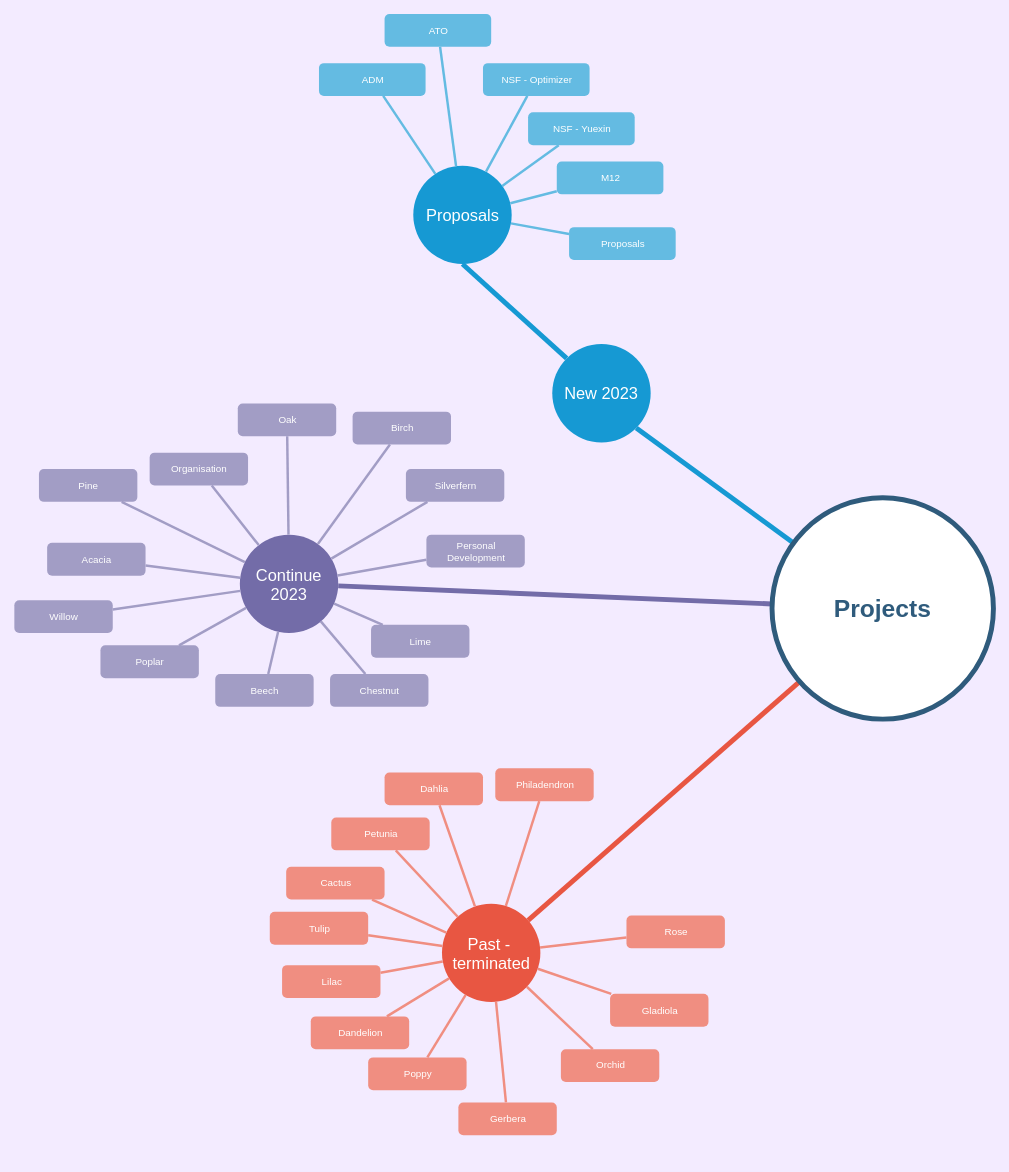
Above: SCTL_Plans_2023.drawio in dmalawey/SCTL_Plans (draw.io), before the change. Source tidied: cells renumbered, new cells numbered last; positions are measured from the earlier drawing's top-left corner, leaving out a move shared by most shapes. Both pictures are drawn from the tidied source at 82%, with x=0, y=0 at pixel (14, 13).
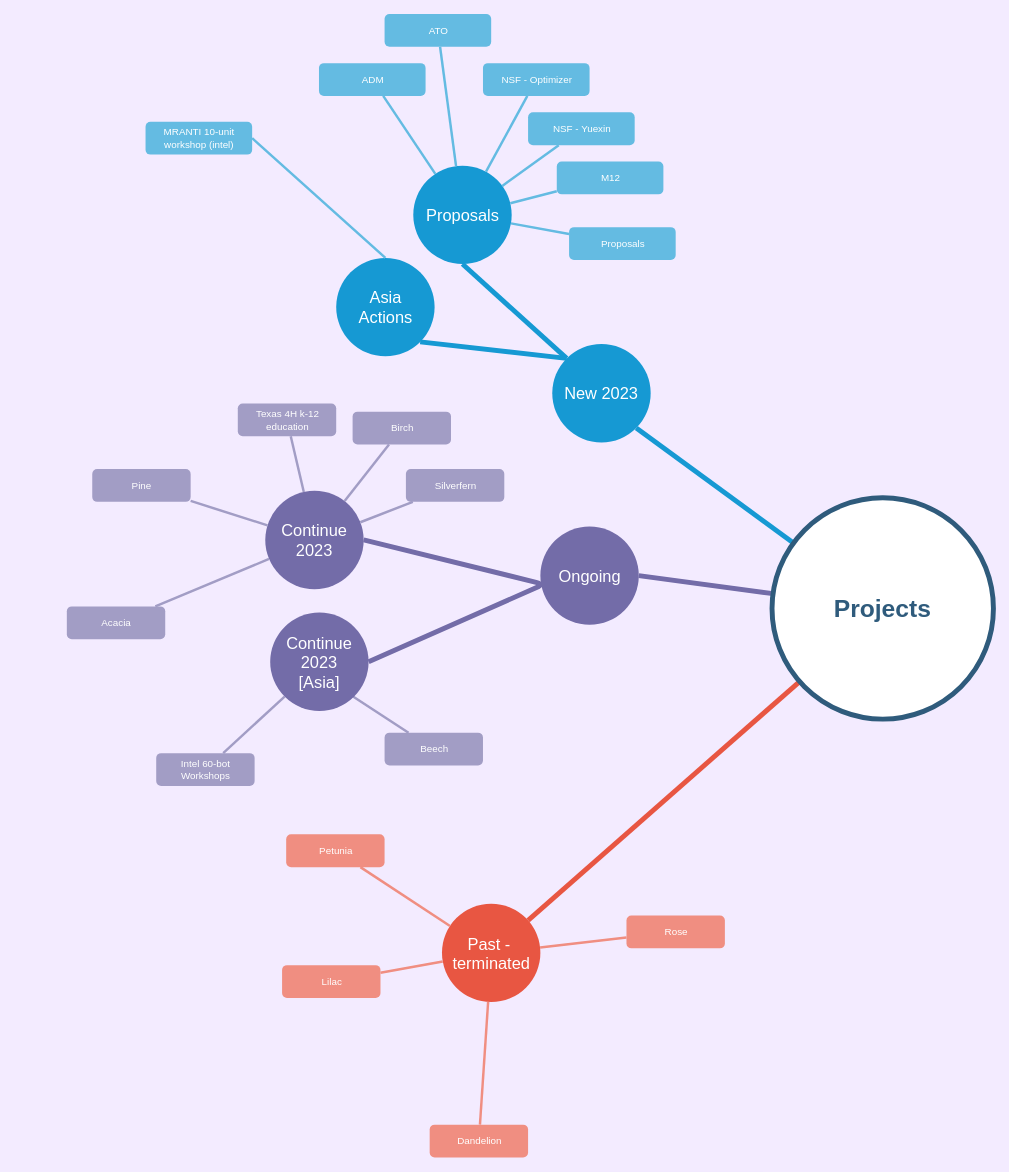
The same page after the edit.

The change refers to these unchanged cells:
```xml
<mxCell id="3" value="Past -&amp;nbsp;&lt;br&gt;terminated" style="ellipse;whiteSpace=wrap;html=1;shadow=0;fontFamily=Helvetica;fontSize=20;fontColor=#FFFFFF;align=center;strokeWidth=3;fillColor=#E85642;strokeColor=none;" parent="1" vertex="1">
  <mxGeometry x="521.5" y="1085.5" width="120" height="120" as="geometry" />
</mxCell>
<mxCell id="43" value="Projects" style="ellipse;whiteSpace=wrap;html=1;shadow=0;fontFamily=Helvetica;fontSize=30;fontColor=#2F5B7C;align=center;strokeColor=#2F5B7C;strokeWidth=6;fillColor=#FFFFFF;fontStyle=1;gradientColor=none;" parent="1" vertex="1">
  <mxGeometry x="924" y="590.5" width="270" height="270" as="geometry" />
</mxCell>
<mxCell id="70" value="New 2023" style="ellipse;whiteSpace=wrap;html=1;shadow=0;fontFamily=Helvetica;fontSize=20;fontColor=#FFFFFF;align=center;strokeWidth=3;fillColor=#1699D3;strokeColor=none;" parent="1" vertex="1">
  <mxGeometry x="656" y="403" width="120" height="120" as="geometry" />
</mxCell>
```

What changed in the source:
```diff
@@
-    <mxCell id="5" style="endArrow=none;strokeWidth=6;strokeColor=#736CA8;html=1;" parent="1" edge="1" source="43" target="44">
+    <mxCell id="5" style="endArrow=none;strokeWidth=6;strokeColor=#736CA8;html=1;entryX=1;entryY=0.5;entryDx=0;entryDy=0;" parent="1" edge="1" source="43" target="78">
       <mxGeometry relative="1" as="geometry" />
     </mxCell>
@@
-    <mxCell id="19" value="Philadendron" style="rounded=1;fillColor=#f08e81;strokeColor=none;strokeWidth=3;shadow=0;html=1;fontColor=#FFFFFF;" parent="1" vertex="1">
-      <mxGeometry x="586.5" y="920.5" width="120" height="40" as="geometry" />
-    </mxCell>
-    <mxCell id="20" value="Dahlia" style="rounded=1;fillColor=#f08e81;strokeColor=none;strokeWidth=3;shadow=0;html=1;fontColor=#FFFFFF;" parent="1" vertex="1">
-      <mxGeometry x="451.5" y="925.5" width="120" height="40" as="geometry" />
-    </mxCell>
     <mxCell id="21" value="Petunia" style="rounded=1;fillColor=#f08e81;strokeColor=none;strokeWidth=3;shadow=0;html=1;fontColor=#FFFFFF;" parent="1" vertex="1">
-      <mxGeometry x="386.5" y="980.5" width="120" height="40" as="geometry" />
+      <mxGeometry x="331.5" y="1001" width="120" height="40" as="geometry" />
     </mxCell>
-    <mxCell id="22" value="Cactus" style="rounded=1;fillColor=#f08e81;strokeColor=none;strokeWidth=3;shadow=0;html=1;fontColor=#FFFFFF;" parent="1" vertex="1">
-      <mxGeometry x="331.5" y="1040.5" width="120" height="40" as="geometry" />
-    </mxCell>
-    <mxCell id="23" value="Tulip" style="rounded=1;fillColor=#f08e81;strokeColor=none;strokeWidth=3;shadow=0;html=1;fontColor=#FFFFFF;" parent="1" vertex="1">
-      <mxGeometry x="311.5" y="1095.5" width="120" height="40" as="geometry" />
-    </mxCell>
@@
     <mxCell id="25" value="Dandelion" style="rounded=1;fillColor=#f08e81;strokeColor=none;strokeWidth=3;shadow=0;html=1;fontColor=#FFFFFF;" parent="1" vertex="1">
-      <mxGeometry x="361.5" y="1223" width="120" height="40" as="geometry" />
+      <mxGeometry x="506.5" y="1355" width="120" height="40" as="geometry" />
     </mxCell>
-    <mxCell id="26" value="Poppy" style="rounded=1;fillColor=#f08e81;strokeColor=none;strokeWidth=3;shadow=0;html=1;fontColor=#FFFFFF;" parent="1" vertex="1">
-      <mxGeometry x="431.5" y="1273" width="120" height="40" as="geometry" />
-    </mxCell>
-    <mxCell id="27" value="Gerbera" style="rounded=1;fillColor=#f08e81;strokeColor=none;strokeWidth=3;shadow=0;html=1;fontColor=#FFFFFF;" parent="1" vertex="1">
-      <mxGeometry x="541.5" y="1328" width="120" height="40" as="geometry" />
-    </mxCell>
-    <mxCell id="28" value="Orchid" style="rounded=1;fillColor=#f08e81;strokeColor=none;strokeWidth=3;shadow=0;html=1;fontColor=#FFFFFF;" parent="1" vertex="1">
-      <mxGeometry x="666.5" y="1263" width="120" height="40" as="geometry" />
-    </mxCell>
-    <mxCell id="29" value="Gladiola" style="rounded=1;fillColor=#f08e81;strokeColor=none;strokeWidth=3;shadow=0;html=1;fontColor=#FFFFFF;" parent="1" vertex="1">
-      <mxGeometry x="726.5" y="1195.5" width="120" height="40" as="geometry" />
-    </mxCell>
@@
-    <mxCell id="32" style="edgeStyle=none;endArrow=none;strokeWidth=3;strokeColor=#F08E81;html=1;" parent="1" edge="1" source="3" target="19">
-      <mxGeometry x="188.5" y="51.5" as="geometry" />
-    </mxCell>
-    <mxCell id="33" style="edgeStyle=none;endArrow=none;strokeWidth=3;strokeColor=#F08E81;html=1;" parent="1" edge="1" source="3" target="20">
-      <mxGeometry x="188.5" y="51.5" as="geometry" />
-    </mxCell>
@@
-    <mxCell id="35" style="edgeStyle=none;endArrow=none;strokeWidth=3;strokeColor=#F08E81;html=1;" parent="1" edge="1" source="3" target="22">
-      <mxGeometry x="188.5" y="51.5" as="geometry" />
-    </mxCell>
-    <mxCell id="36" style="edgeStyle=none;endArrow=none;strokeWidth=3;strokeColor=#F08E81;html=1;" parent="1" edge="1" source="3" target="23">
-      <mxGeometry x="188.5" y="51.5" as="geometry" />
-    </mxCell>
@@
-    <mxCell id="39" style="edgeStyle=none;endArrow=none;strokeWidth=3;strokeColor=#F08E81;html=1;" parent="1" edge="1" source="3" target="26">
-      <mxGeometry x="188.5" y="51.5" as="geometry" />
-    </mxCell>
-    <mxCell id="40" style="edgeStyle=none;endArrow=none;strokeWidth=3;strokeColor=#F08E81;html=1;" parent="1" edge="1" source="3" target="27">
-      <mxGeometry x="188.5" y="51.5" as="geometry" />
-    </mxCell>
-    <mxCell id="41" style="edgeStyle=none;endArrow=none;strokeWidth=3;strokeColor=#F08E81;html=1;" parent="1" edge="1" source="3" target="28">
-      <mxGeometry x="188.5" y="51.5" as="geometry" />
-    </mxCell>
-    <mxCell id="42" style="edgeStyle=none;endArrow=none;strokeWidth=3;strokeColor=#F08E81;html=1;" parent="1" edge="1" source="3" target="29">
-      <mxGeometry x="188.5" y="51.5" as="geometry" />
-    </mxCell>
@@
     <mxCell id="44" value="Continue&lt;br&gt;2023" style="ellipse;whiteSpace=wrap;html=1;shadow=0;fontFamily=Helvetica;fontSize=20;fontColor=#FFFFFF;align=center;strokeWidth=3;fillColor=#736ca8;strokeColor=none;" parent="1" vertex="1">
-      <mxGeometry x="275" y="635.5" width="120" height="120" as="geometry" />
+      <mxGeometry x="306" y="582" width="120" height="120" as="geometry" />
     </mxCell>
-    <mxCell id="45" value="Organisation" style="rounded=1;fillColor=#a29dc5;strokeColor=none;strokeWidth=3;shadow=0;html=1;fontColor=#FFFFFF;" parent="1" vertex="1">
-      <mxGeometry x="165" y="535.5" width="120" height="40" as="geometry" />
-    </mxCell>
-    <mxCell id="46" value="Oak" style="rounded=1;fillColor=#a29dc5;strokeColor=none;strokeWidth=3;shadow=0;html=1;fontColor=#FFFFFF;" parent="1" vertex="1">
+    <mxCell id="46" value="Texas 4H k-12&lt;br&gt;education" style="rounded=1;fillColor=#a29dc5;strokeColor=none;strokeWidth=3;shadow=0;html=1;fontColor=#FFFFFF;" parent="1" vertex="1">
       <mxGeometry x="272.5" y="475.5" width="120" height="40" as="geometry" />
     </mxCell>
@@
-    <mxCell id="49" value="Personal &#10;Development" style="rounded=1;fillColor=#a29dc5;strokeColor=none;strokeWidth=3;shadow=0;html=1;fontColor=#FFFFFF;" parent="1" vertex="1">
-      <mxGeometry x="502.5" y="635.5" width="120" height="40" as="geometry" />
-    </mxCell>
     <mxCell id="50" value="Pine" style="rounded=1;fillColor=#a29dc5;strokeColor=none;strokeWidth=3;shadow=0;html=1;fontColor=#FFFFFF;" parent="1" vertex="1">
-      <mxGeometry x="30" y="555.5" width="120" height="40" as="geometry" />
+      <mxGeometry x="95" y="555.5" width="120" height="40" as="geometry" />
     </mxCell>
-    <mxCell id="51" value="Lime" style="rounded=1;fillColor=#a29dc5;strokeColor=none;strokeWidth=3;shadow=0;html=1;fontColor=#FFFFFF;" parent="1" vertex="1">
-      <mxGeometry x="435" y="745.5" width="120" height="40" as="geometry" />
-    </mxCell>
-    <mxCell id="52" value="Chestnut" style="rounded=1;fillColor=#a29dc5;strokeColor=none;strokeWidth=3;shadow=0;html=1;fontColor=#FFFFFF;" parent="1" vertex="1">
-      <mxGeometry x="385" y="805.5" width="120" height="40" as="geometry" />
-    </mxCell>
     <mxCell id="53" value="Beech" style="rounded=1;fillColor=#a29dc5;strokeColor=none;strokeWidth=3;shadow=0;html=1;fontColor=#FFFFFF;" parent="1" vertex="1">
-      <mxGeometry x="245" y="805.5" width="120" height="40" as="geometry" />
+      <mxGeometry x="451.5" y="877" width="120" height="40" as="geometry" />
     </mxCell>
-    <mxCell id="54" value="Poplar" style="rounded=1;fillColor=#a29dc5;strokeColor=none;strokeWidth=3;shadow=0;html=1;fontColor=#FFFFFF;" parent="1" vertex="1">
-      <mxGeometry x="105" y="770.5" width="120" height="40" as="geometry" />
+    <mxCell id="54" value="Intel 60-bot&lt;br&gt;Workshops" style="rounded=1;fillColor=#a29dc5;strokeColor=none;strokeWidth=3;shadow=0;html=1;fontColor=#FFFFFF;" parent="1" vertex="1">
+      <mxGeometry x="173" y="902" width="120" height="40" as="geometry" />
     </mxCell>
-    <mxCell id="55" value="Willow" style="rounded=1;fillColor=#a29dc5;strokeColor=none;strokeWidth=3;shadow=0;html=1;fontColor=#FFFFFF;" parent="1" vertex="1">
-      <mxGeometry y="715.5" width="120" height="40" as="geometry" />
-    </mxCell>
-    <mxCell id="56" style="edgeStyle=none;endArrow=none;strokeWidth=3;strokeColor=#A29DC5;html=1;" parent="1" edge="1" source="44" target="45">
-      <mxGeometry x="-1498" y="-303.5" as="geometry" />
-    </mxCell>
     <mxCell id="57" value="Acacia" style="rounded=1;fillColor=#a29dc5;strokeColor=none;strokeWidth=3;shadow=0;html=1;fontColor=#FFFFFF;" parent="1" vertex="1">
-      <mxGeometry x="40" y="645.5" width="120" height="40" as="geometry" />
+      <mxGeometry x="64" y="723" width="120" height="40" as="geometry" />
     </mxCell>
@@
-    <mxCell id="61" style="edgeStyle=none;endArrow=none;strokeWidth=3;strokeColor=#A29DC5;html=1;" parent="1" edge="1" source="44" target="49">
-      <mxGeometry x="-1498" y="-303.5" as="geometry" />
-    </mxCell>
@@
-    <mxCell id="63" style="edgeStyle=none;endArrow=none;strokeWidth=3;strokeColor=#A29DC5;html=1;" parent="1" edge="1" source="44" target="51">
-      <mxGeometry x="-1498" y="-303.5" as="geometry" />
-    </mxCell>
-    <mxCell id="64" style="edgeStyle=none;endArrow=none;strokeWidth=3;strokeColor=#A29DC5;html=1;" parent="1" edge="1" source="44" target="52">
-      <mxGeometry x="-1498" y="-303.5" as="geometry" />
-    </mxCell>
-    <mxCell id="65" style="edgeStyle=none;endArrow=none;strokeWidth=3;strokeColor=#A29DC5;html=1;" parent="1" edge="1" source="44" target="53">
-      <mxGeometry x="-1498" y="-303.5" as="geometry" />
+    <mxCell id="65" style="edgeStyle=none;endArrow=none;strokeWidth=3;strokeColor=#A29DC5;html=1;" parent="1" edge="1" target="53">
+      <mxGeometry x="-1498" y="-303.5" as="geometry">
+        <mxPoint x="413" y="833" as="sourcePoint" />
+      </mxGeometry>
     </mxCell>
-    <mxCell id="66" style="edgeStyle=none;endArrow=none;strokeWidth=3;strokeColor=#A29DC5;html=1;" parent="1" edge="1" source="44" target="54">
+    <mxCell id="66" style="edgeStyle=none;endArrow=none;strokeWidth=3;strokeColor=#A29DC5;html=1;exitX=0;exitY=1;exitDx=0;exitDy=0;" parent="1" edge="1" source="76" target="54">
       <mxGeometry x="-1498" y="-303.5" as="geometry" />
     </mxCell>
-    <mxCell id="67" style="edgeStyle=none;endArrow=none;strokeWidth=3;strokeColor=#A29DC5;html=1;" parent="1" edge="1" source="44" target="55">
-      <mxGeometry x="-1498" y="-303.5" as="geometry" />
-    </mxCell>
@@
+    <mxCell id="72" value="Asia&lt;br&gt;Actions" style="ellipse;whiteSpace=wrap;html=1;shadow=0;fontFamily=Helvetica;fontSize=20;fontColor=#FFFFFF;align=center;strokeWidth=3;fillColor=#1699D3;strokeColor=none;" parent="1" vertex="1">
+      <mxGeometry x="392.5" y="298" width="120" height="120" as="geometry" />
+    </mxCell>
+    <mxCell id="73" value="MRANTI 10-unit&lt;br&gt;workshop (intel)" style="rounded=1;fillColor=#64BBE2;strokeColor=none;strokeWidth=3;shadow=0;html=1;fontColor=#FFFFFF;" parent="1" vertex="1">
+      <mxGeometry x="160" y="132" width="130" height="40" as="geometry" />
+    </mxCell>
+    <mxCell id="74" style="edgeStyle=none;endArrow=none;strokeWidth=3;strokeColor=#64BBE2;html=1;exitX=0.5;exitY=0;exitDx=0;exitDy=0;entryX=1;entryY=0.5;entryDx=0;entryDy=0;" parent="1" edge="1" source="72" target="73">
+      <mxGeometry x="-335.5" y="76" as="geometry" />
+    </mxCell>
+    <mxCell id="75" style="endArrow=none;strokeWidth=6;strokeColor=#1699D3;html=1;entryX=1;entryY=1;entryDx=0;entryDy=0;exitX=0;exitY=0;exitDx=0;exitDy=0;" parent="1" edge="1" source="70" target="72">
+      <mxGeometry relative="1" as="geometry" />
+    </mxCell>
+    <mxCell id="76" value="Continue&lt;br&gt;2023&lt;br&gt;[Asia]" style="ellipse;whiteSpace=wrap;html=1;shadow=0;fontFamily=Helvetica;fontSize=20;fontColor=#FFFFFF;align=center;strokeWidth=3;fillColor=#736ca8;strokeColor=none;" parent="1" vertex="1">
+      <mxGeometry x="312" y="730.5" width="120" height="120" as="geometry" />
+    </mxCell>
+    <mxCell id="77" style="endArrow=none;strokeWidth=6;strokeColor=#736CA8;html=1;entryX=1;entryY=0.5;entryDx=0;entryDy=0;exitX=1;exitY=0.5;exitDx=0;exitDy=0;" parent="1" edge="1" source="44" target="76">
+      <mxGeometry relative="1" as="geometry">
+        <Array as="points">
+          <mxPoint x="646" y="696" />
+        </Array>
+      </mxGeometry>
+    </mxCell>
+    <mxCell id="78" value="Ongoing" style="ellipse;whiteSpace=wrap;html=1;shadow=0;fontFamily=Helvetica;fontSize=20;fontColor=#FFFFFF;align=center;strokeWidth=3;fillColor=#736ca8;strokeColor=none;" parent="1" vertex="1">
+      <mxGeometry x="641.5" y="625.5" width="120" height="120" as="geometry" />
+    </mxCell>
```
